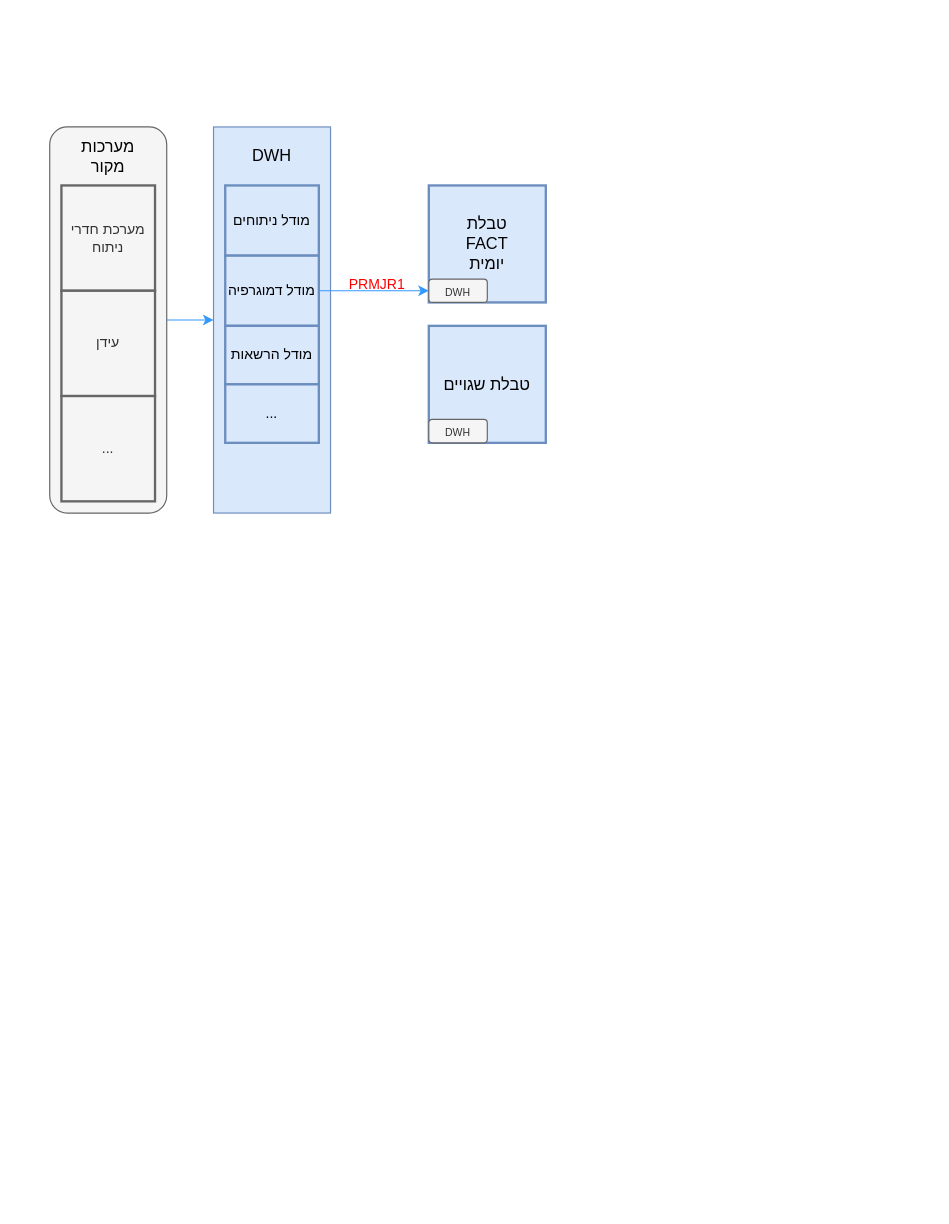
Earlier version of the draw.io diagram proms_architecture.drawio (itaybaran/drawing). Source tidied: cells renumbered, new cells numbered last; positions are measured from the earlier drawing's top-left corner, leaving out a move shared by most shapes. Both pictures are drawn from the tidied source at 117%, with x=0, y=0 at pixel (49, 126).
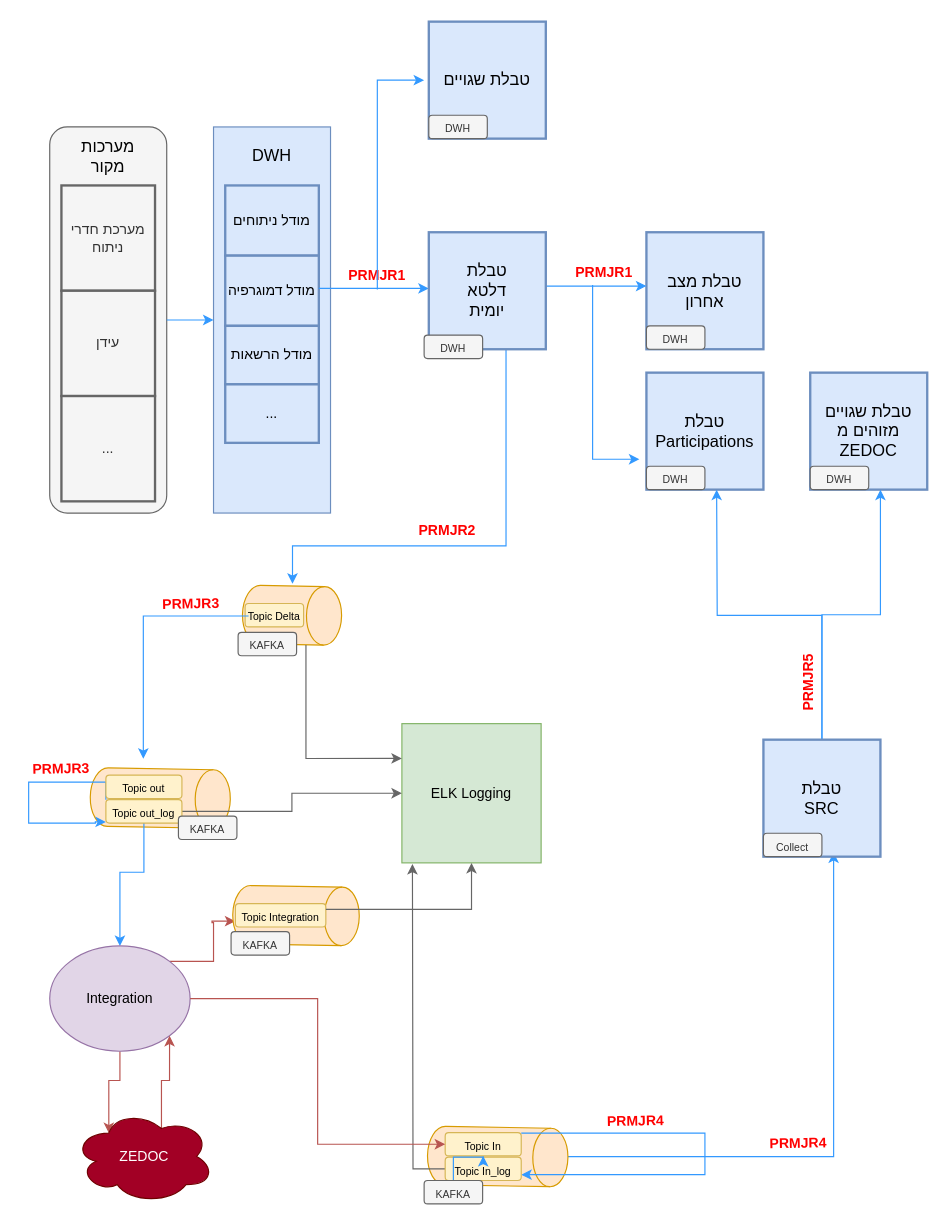
The same diagram, later.

The change refers to these unchanged cells:
```xml
<mxCell id="3" style="rounded=1;whiteSpace=wrap;html=1;fillColor=#f5f5f5;fontColor=#333333;strokeColor=#666666;" parent="2" vertex="1">
  <mxGeometry width="100" height="330" as="geometry" />
</mxCell>
<mxCell id="10" value="מודל דמוגרפיה" style="rounded=0;whiteSpace=wrap;html=1;fillColor=#dae8fc;strokeColor=#6c8ebf;strokeWidth=2;" parent="8" vertex="1">
  <mxGeometry x="10" y="110" width="80" height="60" as="geometry" />
</mxCell>
```

The edit, as a diff of the source:
```diff
@@
+    <mxCell id="22" style="edgeStyle=orthogonalEdgeStyle;rounded=0;jettySize=auto;html=1;entryX=0;entryY=0.5;entryDx=0;entryDy=0;entryPerimeter=0;strokeColor=#3399FF;fontColor=#000000;exitX=0.66;exitY=1;exitDx=0;exitDy=0;exitPerimeter=0;" parent="1" edge="1" source="16">
+      <mxGeometry relative="1" as="geometry">
+        <mxPoint x="207.5" y="390.4" as="targetPoint" />
+        <Array as="points">
+          <mxPoint x="390" y="358" />
+          <mxPoint x="208" y="358" />
+        </Array>
+      </mxGeometry>
+    </mxCell>
+    <mxCell id="23" style="group;" parent="1" vertex="1">
+      <mxGeometry x="164.3" y="391.6" width="85.6" height="58.4" as="geometry" />
+    </mxCell>
+    <mxCell id="24" style="shape=cylinder3;whiteSpace=wrap;html=1;boundedLbl=1;backgroundOutline=1;size=15;rotation=91;fillColor=#ffe6cc;strokeColor=#d79b00;" parent="23" vertex="1">
+      <mxGeometry x="17.8" y="-16.6" width="50" height="84.7" as="geometry" />
+    </mxCell>
+    <mxCell id="25" value="&lt;font style=&quot;font-size: 9px;&quot;&gt;Topic Delta&lt;/font&gt;" style="rounded=1;whiteSpace=wrap;html=1;strokeWidth=1;fontSize=14;fillColor=#fff2cc;strokeColor=#d6b656;" parent="23" vertex="1">
+      <mxGeometry x="2.7" y="15.7" width="50" height="20" as="geometry" />
+    </mxCell>
+    <mxCell id="26" value="&lt;font style=&quot;font-size: 9px;&quot;&gt;KAFKA&lt;/font&gt;" style="rounded=1;whiteSpace=wrap;html=1;strokeWidth=1;fontSize=14;fillColor=#f5f5f5;fontColor=#333333;strokeColor=#666666;" parent="23" vertex="1">
+      <mxGeometry x="-3.3" y="40.4" width="50" height="20" as="geometry" />
+    </mxCell>
+    <mxCell id="27" value="ELK Logging" style="whiteSpace=wrap;html=1;fillColor=#d5e8d4;strokeColor=#82b366;" parent="1" vertex="1">
+      <mxGeometry x="301" y="510" width="119" height="119" as="geometry" />
+    </mxCell>
+    <mxCell id="28" style="edgeStyle=orthogonalEdgeStyle;rounded=0;jettySize=auto;html=1;entryX=0;entryY=0.25;entryDx=0;entryDy=0;strokeColor=#666666;fontColor=#000000;exitX=1;exitY=0;exitDx=0;exitDy=15;exitPerimeter=0;fillColor=#f5f5f5;" parent="1" edge="1" target="27">
+      <mxGeometry relative="1" as="geometry">
+        <mxPoint x="219" y="442.8" as="sourcePoint" />
+        <Array as="points">
+          <mxPoint x="219" y="540" />
+        </Array>
+      </mxGeometry>
+    </mxCell>
+    <mxCell id="29" style="shape=cylinder3;whiteSpace=wrap;html=1;boundedLbl=1;backgroundOutline=1;size=15;rotation=91;fillColor=#ffe6cc;strokeColor=#d79b00;" parent="1" vertex="1">
+      <mxGeometry x="69.5" y="513.8" width="50" height="119.7" as="geometry" />
+    </mxCell>
+    <mxCell id="30" style="edgeStyle=orthogonalEdgeStyle;rounded=0;orthogonalLoop=1;jettySize=auto;html=1;entryX=0;entryY=0.5;entryDx=0;entryDy=0;strokeColor=#3399FF;fontColor=#000000;" parent="1" edge="1">
+      <mxGeometry relative="1" as="geometry">
+        <mxPoint x="48" y="575" as="sourcePoint" />
+        <mxPoint x="48" y="594" as="targetPoint" />
+        <Array as="points">
+          <mxPoint x="48" y="560" />
+          <mxPoint x="-18" y="560" />
+          <mxPoint x="-18" y="595" />
+          <mxPoint x="39" y="595" />
+          <mxPoint x="39" y="594" />
+        </Array>
+      </mxGeometry>
+    </mxCell>
+    <mxCell id="31" style="edgeStyle=orthogonalEdgeStyle;rounded=0;jettySize=auto;html=1;entryX=0.5;entryY=0;entryDx=0;entryDy=0;strokeColor=#3399FF;fontColor=#000000;" parent="1" edge="1" source="32" target="39">
+      <mxGeometry relative="1" as="geometry" />
+    </mxCell>
+    <mxCell id="32" value="&lt;font style=&quot;font-size: 9px;&quot;&gt;Topic out&lt;/font&gt;" style="rounded=1;whiteSpace=wrap;html=1;strokeWidth=1;fontSize=14;fillColor=#fff2cc;strokeColor=#d6b656;" parent="1" vertex="1">
+      <mxGeometry x="48" y="554" width="65" height="20" as="geometry" />
+    </mxCell>
+    <mxCell id="33" style="edgeStyle=orthogonalEdgeStyle;rounded=0;jettySize=auto;html=1;strokeColor=#666666;fontColor=#000000;fillColor=#f5f5f5;" parent="1" edge="1" source="34" target="27">
+      <mxGeometry relative="1" as="geometry" />
+    </mxCell>
+    <mxCell id="34" value="&lt;font style=&quot;font-size: 9px;&quot;&gt;Topic out_log&lt;/font&gt;" style="rounded=1;whiteSpace=wrap;html=1;strokeWidth=1;fontSize=14;fillColor=#fff2cc;strokeColor=#d6b656;" parent="1" vertex="1">
+      <mxGeometry x="48" y="575" width="65" height="20" as="geometry" />
+    </mxCell>
+    <mxCell id="35" style="edgeStyle=orthogonalEdgeStyle;rounded=0;orthogonalLoop=1;jettySize=auto;html=1;strokeColor=#3399FF;fontColor=#000000;startArrow=none;" parent="1" edge="1">
+      <mxGeometry relative="1" as="geometry">
+        <mxPoint x="170" y="418" as="sourcePoint" />
+        <mxPoint x="80" y="540" as="targetPoint" />
+        <Array as="points">
+          <mxPoint x="80" y="418" />
+        </Array>
+      </mxGeometry>
+    </mxCell>
+    <mxCell id="36" value="&lt;font color=&quot;#ff0000&quot; style=&quot;font-size: 12px;&quot;&gt;PRMJR3&lt;br&gt;&lt;/font&gt;" style="text;html=1;align=center;verticalAlign=middle;whiteSpace=wrap;rounded=0;fontSize=9;fontStyle=1;rotation=-1;" parent="1" vertex="1">
+      <mxGeometry x="-20" y="534" width="60" height="30" as="geometry" />
+    </mxCell>
+    <mxCell id="37" style="edgeStyle=orthogonalEdgeStyle;rounded=0;jettySize=auto;html=1;entryX=0;entryY=0.75;entryDx=0;entryDy=0;strokeColor=#b85450;fontColor=#000000;exitX=1;exitY=0;exitDx=0;exitDy=0;fillColor=#f8cecc;" parent="1" edge="1" source="39" target="45">
+      <mxGeometry relative="1" as="geometry" />
+    </mxCell>
+    <mxCell id="38" style="edgeStyle=orthogonalEdgeStyle;rounded=0;jettySize=auto;html=1;entryX=0.25;entryY=0.25;entryDx=0;entryDy=0;entryPerimeter=0;strokeColor=#b85450;fontColor=#000000;fillColor=#f8cecc;" parent="1" edge="1" source="39" target="41">
+      <mxGeometry relative="1" as="geometry" />
+    </mxCell>
+    <mxCell id="39" value="Integration" style="ellipse;whiteSpace=wrap;html=1;fillColor=#e1d5e7;strokeColor=#9673a6;" parent="1" vertex="1">
+      <mxGeometry y="700" width="120" height="90" as="geometry" />
+    </mxCell>
+    <mxCell id="40" style="edgeStyle=orthogonalEdgeStyle;rounded=0;jettySize=auto;html=1;entryX=1;entryY=1;entryDx=0;entryDy=0;strokeColor=#b85450;fontColor=#000000;fillColor=#f8cecc;exitX=0.625;exitY=0.2;exitDx=0;exitDy=0;exitPerimeter=0;" parent="1" edge="1" source="41" target="39">
+      <mxGeometry relative="1" as="geometry" />
+    </mxCell>
+    <mxCell id="41" value="ZEDOC" style="ellipse;shape=cloud;whiteSpace=wrap;html=1;fontColor=#ffffff;fillColor=#a20025;strokeColor=#6F0000;" parent="1" vertex="1">
+      <mxGeometry x="20.5" y="840" width="120" height="80" as="geometry" />
+    </mxCell>
+    <mxCell id="42" value="&lt;font color=&quot;#ff0000&quot; style=&quot;font-size: 12px;&quot;&gt;PRMJR3&lt;br&gt;&lt;/font&gt;" style="text;html=1;align=center;verticalAlign=middle;whiteSpace=wrap;rounded=0;fontSize=9;fontStyle=1;rotation=-1;" parent="1" vertex="1">
+      <mxGeometry x="91" y="393" width="60" height="30" as="geometry" />
+    </mxCell>
+    <mxCell id="43" style="group;" parent="1" vertex="1">
+      <mxGeometry x="156" y="648.1" width="85.6" height="80" as="geometry" />
+    </mxCell>
+    <mxCell id="44" style="shape=cylinder3;whiteSpace=wrap;html=1;boundedLbl=1;backgroundOutline=1;size=15;rotation=91;fillColor=#ffe6cc;strokeColor=#d79b00;" parent="43" vertex="1">
+      <mxGeometry x="29.5" y="-28.1" width="50" height="108.1" as="geometry" />
+    </mxCell>
+    <mxCell id="45" value="&lt;font style=&quot;font-size: 9px;&quot;&gt;Topic Integration&lt;/font&gt;" style="rounded=1;whiteSpace=wrap;html=1;strokeWidth=1;fontSize=14;fillColor=#fff2cc;strokeColor=#d6b656;" parent="43" vertex="1">
+      <mxGeometry x="2.7" y="15.7" width="77.3" height="20" as="geometry" />
+    </mxCell>
+    <mxCell id="46" value="&lt;font style=&quot;font-size: 9px;&quot;&gt;KAFKA&lt;/font&gt;" style="rounded=1;whiteSpace=wrap;html=1;strokeWidth=1;fontSize=14;fillColor=#f5f5f5;fontColor=#333333;strokeColor=#666666;" parent="43" vertex="1">
+      <mxGeometry x="-1" y="39.7" width="50" height="20" as="geometry" />
+    </mxCell>
+    <mxCell id="47" style="edgeStyle=orthogonalEdgeStyle;rounded=0;jettySize=auto;html=1;strokeColor=#666666;fontColor=#000000;fillColor=#f5f5f5;entryX=0.5;entryY=1;entryDx=0;entryDy=0;exitX=1;exitY=0.25;exitDx=0;exitDy=0;" parent="1" edge="1" source="45" target="27">
+      <mxGeometry relative="1" as="geometry" />
+    </mxCell>
+    <mxCell id="48" style="edgeStyle=orthogonalEdgeStyle;rounded=0;jettySize=auto;html=1;entryX=0.6;entryY=0.963;entryDx=0;entryDy=0;entryPerimeter=0;strokeColor=#3399FF;fontColor=#000000;" parent="1" edge="1" source="49" target="72">
+      <mxGeometry relative="1" as="geometry" />
+    </mxCell>
+    <mxCell id="49" style="shape=cylinder3;whiteSpace=wrap;html=1;boundedLbl=1;backgroundOutline=1;size=15;rotation=91;fillColor=#ffe6cc;strokeColor=#d79b00;" parent="1" vertex="1">
+      <mxGeometry x="357.9" y="820" width="50" height="120" as="geometry" />
+    </mxCell>
+    <mxCell id="50" style="edgeStyle=orthogonalEdgeStyle;rounded=0;jettySize=auto;html=1;strokeColor=#3399FF;fontColor=#000000;entryX=1;entryY=0.75;entryDx=0;entryDy=0;" parent="1" edge="1" source="51" target="53">
+      <mxGeometry relative="1" as="geometry">
+        <Array as="points">
+          <mxPoint x="560" y="860" />
+          <mxPoint x="560" y="896" />
+        </Array>
+      </mxGeometry>
+    </mxCell>
+    <mxCell id="51" value="&lt;font style=&quot;font-size: 9px;&quot;&gt;Topic In&lt;/font&gt;" style="rounded=1;whiteSpace=wrap;html=1;strokeWidth=1;fontSize=14;fillColor=#fff2cc;strokeColor=#d6b656;" parent="1" vertex="1">
+      <mxGeometry x="338" y="859.5" width="65" height="20" as="geometry" />
+    </mxCell>
+    <mxCell id="52" style="edgeStyle=orthogonalEdgeStyle;rounded=0;jettySize=auto;html=1;strokeColor=#666666;fontColor=#000000;fillColor=#f5f5f5;" parent="1" edge="1" source="53">
+      <mxGeometry relative="1" as="geometry">
+        <mxPoint x="310" y="630" as="targetPoint" />
+      </mxGeometry>
+    </mxCell>
+    <mxCell id="53" value="&lt;font style=&quot;font-size: 9px;&quot;&gt;Topic In_log&lt;/font&gt;" style="rounded=1;whiteSpace=wrap;html=1;strokeWidth=1;fontSize=14;fillColor=#fff2cc;strokeColor=#d6b656;" parent="1" vertex="1">
+      <mxGeometry x="338" y="880.5" width="65" height="20" as="geometry" />
+    </mxCell>
+    <mxCell id="54" value="&lt;font color=&quot;#ff0000&quot; style=&quot;font-size: 12px;&quot;&gt;PRMJR4&lt;br&gt;&lt;/font&gt;" style="text;html=1;align=center;verticalAlign=middle;whiteSpace=wrap;rounded=0;fontSize=9;fontStyle=1;rotation=-1;" parent="1" vertex="1">
+      <mxGeometry x="471" y="835" width="60" height="30" as="geometry" />
+    </mxCell>
+    <mxCell id="55" value="&lt;font style=&quot;font-size: 9px;&quot;&gt;KAFKA&lt;/font&gt;" style="rounded=1;whiteSpace=wrap;html=1;strokeWidth=1;fontSize=14;fillColor=#f5f5f5;fontColor=#333333;strokeColor=#666666;" parent="1" vertex="1">
+      <mxGeometry x="110" y="589" width="50" height="20" as="geometry" />
+    </mxCell>
+    <mxCell id="56" style="edgeStyle=orthogonalEdgeStyle;rounded=0;jettySize=auto;html=1;strokeColor=#3399FF;fontColor=#000000;" parent="1" edge="1" source="57" target="51">
+      <mxGeometry relative="1" as="geometry" />
+    </mxCell>
+    <mxCell id="57" value="&lt;font style=&quot;font-size: 9px;&quot;&gt;KAFKA&lt;/font&gt;" style="rounded=1;whiteSpace=wrap;html=1;strokeWidth=1;fontSize=14;fillColor=#f5f5f5;fontColor=#333333;strokeColor=#666666;" parent="1" vertex="1">
+      <mxGeometry x="320" y="900.5" width="50" height="20" as="geometry" />
+    </mxCell>
+    <mxCell id="58" style="group;" parent="1" vertex="1">
+      <mxGeometry y="-90" width="750" height="420" as="geometry" />
+    </mxCell>
-    <mxCell id="2" style="group;" parent="1" vertex="1">
-      <mxGeometry width="100" height="330" as="geometry" />
+    <mxCell id="2" style="group;" parent="58" vertex="1">
+      <mxGeometry y="90" width="100" height="330" as="geometry" />
     </mxCell>
@@
-    <mxCell id="8" style="group;fillColor=#dae8fc;strokeColor=#6c8ebf;" parent="1" vertex="1">
-      <mxGeometry x="140" width="100" height="330" as="geometry" />
+    <mxCell id="8" style="group;fillColor=#dae8fc;strokeColor=#6c8ebf;" parent="58" vertex="1">
+      <mxGeometry x="140" y="90" width="100" height="330" as="geometry" />
     </mxCell>
@@
-    <mxCell id="14" style="endArrow=classic;html=1;rounded=0;fontSize=14;exitX=1;exitY=0.5;exitDx=0;exitDy=0;entryX=0;entryY=0.5;entryDx=0;entryDy=0;strokeColor=#3399FF;" parent="1" edge="1" source="3">
+    <mxCell id="14" style="endArrow=classic;html=1;rounded=0;fontSize=14;exitX=1;exitY=0.5;exitDx=0;exitDy=0;entryX=0;entryY=0.5;entryDx=0;entryDy=0;strokeColor=#3399FF;" parent="58" edge="1" source="3">
       <mxGeometry relative="1" as="geometry">
-        <mxPoint x="140" y="165" as="targetPoint" />
+        <mxPoint x="140" y="255" as="targetPoint" />
       </mxGeometry>
     </mxCell>
-    <mxCell id="15" style="group;" parent="1" vertex="1">
-      <mxGeometry x="324" y="50" width="100" height="220" as="geometry" />
-    </mxCell>
+    <mxCell id="20" style="edgeStyle=orthogonalEdgeStyle;rounded=0;orthogonalLoop=1;jettySize=auto;html=1;strokeColor=#3399FF;fontSize=9;fontColor=#3399FF;" parent="58" edge="1">
+      <mxGeometry relative="1" as="geometry">
+        <mxPoint x="230" y="228" as="sourcePoint" />
+        <mxPoint x="324" y="228" as="targetPoint" />
+      </mxGeometry>
+    </mxCell>
+    <mxCell id="21" value="&lt;font color=&quot;#ff0000&quot; style=&quot;font-size: 12px;&quot;&gt;PRMJR1&lt;/font&gt;" style="text;html=1;align=center;verticalAlign=middle;whiteSpace=wrap;rounded=0;fontSize=9;fontStyle=1;" parent="58" vertex="1">
+      <mxGeometry x="250" y="202" width="60" height="30" as="geometry" />
+    </mxCell>
+    <mxCell id="59" style="endArrow=classic;html=1;rounded=0;fillColor=#dae8fc;strokeColor=#3399FF;fontColor=#0000FF;" parent="58" edge="1">
+      <mxGeometry relative="1" as="geometry">
+        <mxPoint x="280" y="229" as="sourcePoint" />
+        <mxPoint x="320" y="50" as="targetPoint" />
+        <Array as="points">
+          <mxPoint x="280" y="50" />
+        </Array>
+      </mxGeometry>
+    </mxCell>
+    <mxCell id="60" value="טבלת מצב אחרון" style="whiteSpace=wrap;html=1;strokeWidth=2;fontSize=14;fillColor=#dae8fc;strokeColor=#6c8ebf;" parent="58" vertex="1">
+      <mxGeometry x="510" y="180" width="100" height="100" as="geometry" />
+    </mxCell>
+    <mxCell id="61" value="טבלת Participations" style="whiteSpace=wrap;html=1;strokeWidth=2;fontSize=14;fillColor=#dae8fc;strokeColor=#6c8ebf;" parent="58" vertex="1">
+      <mxGeometry x="510" y="300" width="100" height="100" as="geometry" />
+    </mxCell>
+    <mxCell id="62" value="&lt;font style=&quot;font-size: 9px;&quot;&gt;DWH&lt;/font&gt;" style="rounded=1;whiteSpace=wrap;html=1;strokeWidth=1;fontSize=14;fillColor=#f5f5f5;fontColor=#333333;strokeColor=#666666;" parent="58" vertex="1">
+      <mxGeometry x="510" y="260" width="50" height="20" as="geometry" />
+    </mxCell>
+    <mxCell id="63" value="&lt;font style=&quot;font-size: 9px;&quot;&gt;DWH&lt;/font&gt;" style="rounded=1;whiteSpace=wrap;html=1;strokeWidth=1;fontSize=14;fillColor=#f5f5f5;fontColor=#333333;strokeColor=#666666;" parent="58" vertex="1">
+      <mxGeometry x="510" y="380" width="50" height="20" as="geometry" />
+    </mxCell>
+    <mxCell id="64" style="edgeStyle=orthogonalEdgeStyle;rounded=0;orthogonalLoop=1;jettySize=auto;html=1;strokeColor=#3399FF;fontSize=9;fontColor=#3399FF;" parent="58" edge="1">
+      <mxGeometry relative="1" as="geometry">
+        <mxPoint x="424" y="226" as="sourcePoint" />
+        <mxPoint x="510" y="226" as="targetPoint" />
+      </mxGeometry>
+    </mxCell>
+    <mxCell id="65" value="&lt;font color=&quot;#ff0000&quot; style=&quot;font-size: 12px;&quot;&gt;PRMJR1&lt;/font&gt;" style="text;html=1;align=center;verticalAlign=middle;whiteSpace=wrap;rounded=0;fontSize=9;fontStyle=1;" parent="58" vertex="1">
+      <mxGeometry x="444" y="200" width="60" height="30" as="geometry" />
+    </mxCell>
+    <mxCell id="66" style="endArrow=classic;html=1;rounded=0;fillColor=#dae8fc;strokeColor=#3399FF;fontColor=#0000FF;" parent="58" edge="1">
+      <mxGeometry relative="1" as="geometry">
+        <mxPoint x="464" y="225" as="sourcePoint" />
+        <mxPoint x="504" y="374" as="targetPoint" />
+        <Array as="points">
+          <mxPoint x="464" y="295" />
+          <mxPoint x="464" y="374" />
+        </Array>
+      </mxGeometry>
+    </mxCell>
+    <mxCell id="67" value="טבלת שגויים מזוהים מ ZEDOC" style="whiteSpace=wrap;html=1;strokeWidth=2;fontSize=14;fillColor=#dae8fc;strokeColor=#6c8ebf;" parent="58" vertex="1">
+      <mxGeometry x="650" y="300" width="100" height="100" as="geometry" />
+    </mxCell>
+    <mxCell id="68" value="&lt;font style=&quot;font-size: 9px;&quot;&gt;DWH&lt;/font&gt;" style="rounded=1;whiteSpace=wrap;html=1;strokeWidth=1;fontSize=14;fillColor=#f5f5f5;fontColor=#333333;strokeColor=#666666;" parent="58" vertex="1">
+      <mxGeometry x="650" y="380" width="50" height="20" as="geometry" />
+    </mxCell>
-    <mxCell id="16" value="טבלת&lt;br&gt;FACT&lt;br&gt;יומית" style="whiteSpace=wrap;html=1;strokeWidth=2;fontSize=14;fillColor=#dae8fc;strokeColor=#6c8ebf;" parent="15" vertex="1">
-      <mxGeometry width="100" height="100" as="geometry" />
+    <mxCell id="16" value="טבלת&lt;br&gt;דלטא&lt;br&gt;יומית" style="whiteSpace=wrap;html=1;strokeWidth=2;fontSize=14;fillColor=#dae8fc;strokeColor=#6c8ebf;" parent="58" vertex="1">
+      <mxGeometry x="324" y="180" width="100" height="100" as="geometry" />
     </mxCell>
-    <mxCell id="17" value="טבלת שגויים" style="whiteSpace=wrap;html=1;strokeWidth=2;fontSize=14;fillColor=#dae8fc;strokeColor=#6c8ebf;" parent="15" vertex="1">
-      <mxGeometry y="120" width="100" height="100" as="geometry" />
+    <mxCell id="17" value="טבלת שגויים" style="whiteSpace=wrap;html=1;strokeWidth=2;fontSize=14;fillColor=#dae8fc;strokeColor=#6c8ebf;" parent="58" vertex="1">
+      <mxGeometry x="324" width="100" height="100" as="geometry" />
     </mxCell>
-    <mxCell id="18" value="&lt;font style=&quot;font-size: 9px;&quot;&gt;DWH&lt;/font&gt;" style="rounded=1;whiteSpace=wrap;html=1;strokeWidth=1;fontSize=14;fillColor=#f5f5f5;fontColor=#333333;strokeColor=#666666;" parent="15" vertex="1">
-      <mxGeometry y="80" width="50" height="20" as="geometry" />
+    <mxCell id="18" value="&lt;font style=&quot;font-size: 9px;&quot;&gt;DWH&lt;/font&gt;" style="rounded=1;whiteSpace=wrap;html=1;strokeWidth=1;fontSize=14;fillColor=#f5f5f5;fontColor=#333333;strokeColor=#666666;" parent="58" vertex="1">
+      <mxGeometry x="320" y="268" width="50" height="20" as="geometry" />
     </mxCell>
-    <mxCell id="19" value="&lt;font style=&quot;font-size: 9px;&quot;&gt;DWH&lt;/font&gt;" style="rounded=1;whiteSpace=wrap;html=1;strokeWidth=1;fontSize=14;fillColor=#f5f5f5;fontColor=#333333;strokeColor=#666666;" parent="15" vertex="1">
-      <mxGeometry y="200" width="50" height="20" as="geometry" />
+    <mxCell id="19" value="&lt;font style=&quot;font-size: 9px;&quot;&gt;DWH&lt;/font&gt;" style="rounded=1;whiteSpace=wrap;html=1;strokeWidth=1;fontSize=14;fillColor=#f5f5f5;fontColor=#333333;strokeColor=#666666;" parent="58" vertex="1">
+      <mxGeometry x="324" y="80" width="50" height="20" as="geometry" />
     </mxCell>
-    <mxCell id="20" style="edgeStyle=orthogonalEdgeStyle;rounded=0;jettySize=auto;html=1;strokeColor=#3399FF;fontSize=9;" parent="1" edge="1" source="10" target="18">
-      <mxGeometry relative="1" as="geometry" />
-    </mxCell>
-    <mxCell id="21" value="&lt;font color=&quot;#ff0000&quot; style=&quot;font-size: 12px;&quot;&gt;PRMJR1&lt;/font&gt;" style="text;html=1;strokeColor=none;fillColor=none;align=center;verticalAlign=middle;whiteSpace=wrap;rounded=0;fontSize=9;" parent="1" vertex="1">
-      <mxGeometry x="250" y="120" width="60" height="30" as="geometry" />
-    </mxCell>
+    <mxCell id="69" style="edgeStyle=orthogonalEdgeStyle;rounded=0;jettySize=auto;html=1;entryX=0;entryY=0.5;entryDx=0;entryDy=0;strokeColor=#b85450;fontColor=#000000;fillColor=#f8cecc;" parent="1" edge="1" source="39" target="51">
+      <mxGeometry relative="1" as="geometry" />
+    </mxCell>
+    <mxCell id="70" style="edgeStyle=orthogonalEdgeStyle;rounded=0;jettySize=auto;html=1;entryX=0.6;entryY=1;entryDx=0;entryDy=0;entryPerimeter=0;strokeColor=#3399FF;fontColor=#000000;" parent="1" edge="1" source="72" target="67">
+      <mxGeometry relative="1" as="geometry" />
+    </mxCell>
+    <mxCell id="71" style="edgeStyle=orthogonalEdgeStyle;rounded=0;jettySize=auto;html=1;strokeColor=#3399FF;fontColor=#000000;exitX=0.5;exitY=0;exitDx=0;exitDy=0;" parent="1" edge="1" source="72">
+      <mxGeometry relative="1" as="geometry">
+        <mxPoint x="570" y="310" as="targetPoint" />
+      </mxGeometry>
+    </mxCell>
+    <mxCell id="72" value="טבלת&lt;br&gt;SRC" style="whiteSpace=wrap;html=1;strokeWidth=2;fontSize=14;fillColor=#dae8fc;strokeColor=#6c8ebf;" parent="1" vertex="1">
+      <mxGeometry x="610" y="523.7" width="100" height="100" as="geometry" />
+    </mxCell>
+    <mxCell id="73" value="&lt;font style=&quot;font-size: 9px;&quot;&gt;Collect&lt;/font&gt;" style="rounded=1;whiteSpace=wrap;html=1;strokeWidth=1;fontSize=14;fillColor=#f5f5f5;fontColor=#333333;strokeColor=#666666;" parent="1" vertex="1">
+      <mxGeometry x="610" y="603.7" width="50" height="20" as="geometry" />
+    </mxCell>
+    <mxCell id="74" value="&lt;font color=&quot;#ff0000&quot; style=&quot;font-size: 12px;&quot;&gt;PRMJR4&lt;br&gt;&lt;/font&gt;" style="text;html=1;align=center;verticalAlign=middle;whiteSpace=wrap;rounded=0;fontSize=9;fontStyle=1;rotation=-1;" parent="1" vertex="1">
+      <mxGeometry x="610" y="853.5" width="60" height="30" as="geometry" />
+    </mxCell>
+    <mxCell id="75" value="&lt;font color=&quot;#ff0000&quot; style=&quot;font-size: 12px;&quot;&gt;PRMJR5&lt;br&gt;&lt;/font&gt;" style="text;html=1;align=center;verticalAlign=middle;whiteSpace=wrap;rounded=0;fontSize=9;fontStyle=1;rotation=-90;" parent="1" vertex="1">
+      <mxGeometry x="619" y="460" width="60" height="30" as="geometry" />
+    </mxCell>
+    <mxCell id="76" value="&lt;font color=&quot;#ff0000&quot; style=&quot;font-size: 12px;&quot;&gt;PRMJR2&lt;br&gt;&lt;/font&gt;" style="text;html=1;align=center;verticalAlign=middle;whiteSpace=wrap;rounded=0;fontSize=9;fontStyle=1;rotation=0;" parent="1" vertex="1">
+      <mxGeometry x="310" y="330" width="60" height="30" as="geometry" />
+    </mxCell>
```
